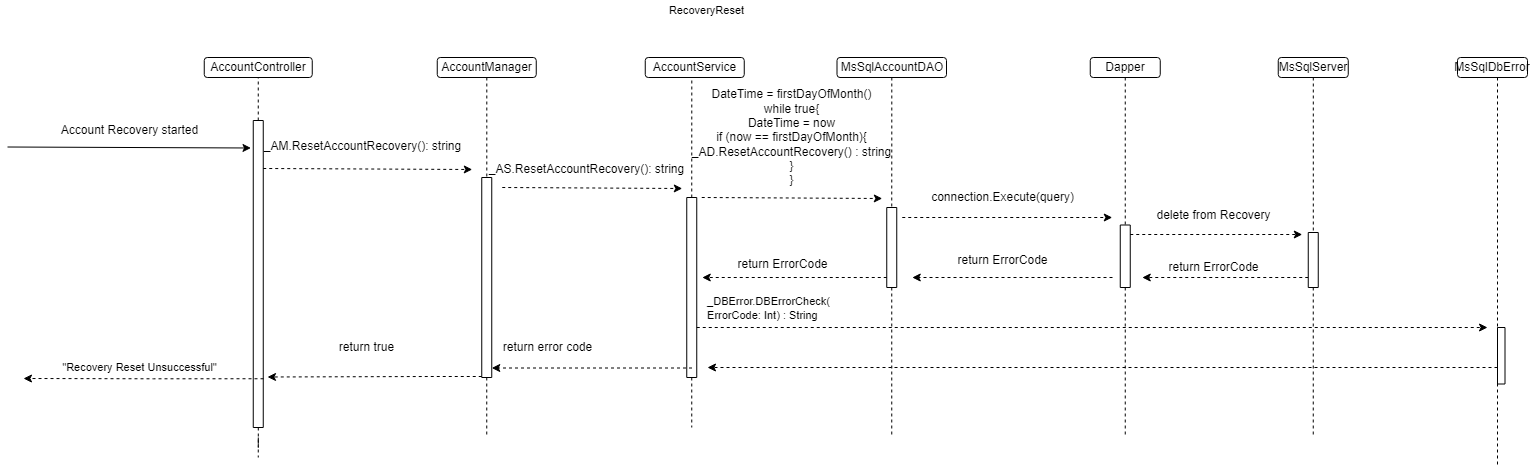
Annihilator3180/CECS-491A-Senior-Project keeps this draw.io diagram as Documents/Core Components/Account Recovery/RecoveryReset-DB Error.drawio.png. Above is the earlier version. Source tidied: cells renumbered, new cells last; positions are measured from the earlier drawing's top-left corner, leaving out a move shared by most shapes. Source of this version:
```xml
<mxGraphModel>
  <root>
    <mxCell id="0" />
    <mxCell id="1" parent="0" />
    <mxCell id="2" value="AccountController" style="rounded=1;whiteSpace=wrap;html=1;" parent="1" vertex="1">
      <mxGeometry x="196.8" y="57" width="108" height="20" as="geometry" />
    </mxCell>
    <mxCell id="3" style="endArrow=none;dashed=1;html=1;rounded=0;entryX=0.5;entryY=1;entryDx=0;entryDy=0;exitX=0;exitY=0.5;exitDx=0;exitDy=0;" parent="1" edge="1" source="15" target="2">
      <mxGeometry relative="1" as="geometry" />
    </mxCell>
    <mxCell id="4" style="edgeStyle=orthogonalEdgeStyle;rounded=0;jettySize=auto;html=1;dashed=1;endArrow=none;endFill=0;" parent="1" edge="1" source="5" target="10">
      <mxGeometry relative="1" as="geometry">
        <Array as="points">
          <mxPoint x="479.8" y="127" />
          <mxPoint x="479.8" y="127" />
        </Array>
      </mxGeometry>
    </mxCell>
    <mxCell id="5" value="AccountManager" style="rounded=1;whiteSpace=wrap;html=1;" parent="1" vertex="1">
      <mxGeometry x="429.8" y="57" width="99" height="20" as="geometry" />
    </mxCell>
    <mxCell id="6" value="&lt;span style=&quot;color: rgba(0 , 0 , 0 , 0) ; font-family: monospace ; font-size: 0px&quot;&gt;%3CmxGraphModel%3E%3Croot%3E%3CmxCell%20id%3D%220%22%2F%3E%3CmxCell%20id%3D%221%22%20parent%3D%220%22%2F%3E%3CmxCell%20id%3D%222%22%20value%3D%22%26lt%3Bdiv%20style%3D%26quot%3Btext-align%3A%20left%26quot%3B%26gt%3B%26lt%3Bdiv%26gt%3B%26amp%3Bnbsp%3B%26lt%3Bspan%20style%3D%26quot%3Bfont-size%3A%2012px%20%3B%20text-align%3A%20center%20%3B%20background-color%3A%20rgb(248%20%2C%20249%20%2C%20250)%26quot%3B%26gt%3BAccountController%26lt%3B%2Fspan%26gt%3B(new%20MsSqlUMDAO%26amp%3Blt%3BUser%26amp%3Bgt%3B%26lt%3Bbr%26gt%3B%26lt%3B%2Fdiv%26gt%3B%26lt%3Bdiv%26gt%3B(connectstring)%2C%20new%26amp%3Bnbsp%3B%26lt%3Bspan%20style%3D%26quot%3Bfont-size%3A%2012px%20%3B%20text-align%3A%20center%20%3B%20background-color%3A%20rgb(248%20%2C%20249%20%2C%20250)%26quot%3B%26gt%3BJWTAuthenticationService%26lt%3B%2Fspan%26gt%3B()%2C%26lt%3B%2Fdiv%26gt%3B%26lt%3Bdiv%26gt%3B%26lt%3Bspan%20style%3D%26quot%3Btext-align%3A%20left%26quot%3B%26gt%3Bnew%20MsSqlLoggingDAO()%26lt%3B%2Fspan%26gt%3B)%3B%20%26lt%3Bbr%26gt%3B%26lt%3B%2Fdiv%26gt%3B%26lt%3B%2Fdiv%26gt%3B%22%20style%3D%22edgeLabel%3Bhtml%3D1%3Balign%3Dcenter%3BverticalAlign%3Dmiddle%3Bresizable%3D0%3Bpoints%3D%5B%5D%3B%22%20vertex%3D%221%22%20connectable%3D%220%22%20parent%3D%221%22%3E%3CmxGeometry%20x%3D%22378%22%20y%3D%22181%22%20as%3D%22geometry%22%2F%3E%3C%2FmxCell%3E%3C%2Froot%3E%3C%2FmxGraphModel%3E&lt;/span&gt;" style="text;html=1;align=center;verticalAlign=middle;strokeColor=none;fillColor=none;" parent="1" vertex="1">
      <mxGeometry x="328.8" y="136" width="22" height="22" as="geometry" />
    </mxCell>
    <mxCell id="7" value="AccountService" style="rounded=1;whiteSpace=wrap;html=1;" parent="1" vertex="1">
      <mxGeometry x="637.8" y="57" width="99" height="20" as="geometry" />
    </mxCell>
    <mxCell id="8" style="endArrow=none;dashed=1;html=1;rounded=0;entryX=0.5;entryY=1;entryDx=0;entryDy=0;exitX=0;exitY=0.5;exitDx=0;exitDy=0;startArrow=none;" parent="1" edge="1" source="24">
      <mxGeometry relative="1" as="geometry">
        <mxPoint x="684.3" y="77" as="targetPoint" />
      </mxGeometry>
    </mxCell>
    <mxCell id="9" style="edgeStyle=orthogonalEdgeStyle;rounded=0;jettySize=auto;html=1;dashed=1;endArrow=none;endFill=0;" parent="1" edge="1" source="10">
      <mxGeometry relative="1" as="geometry">
        <mxPoint x="479.2" y="437" as="targetPoint" />
      </mxGeometry>
    </mxCell>
    <mxCell id="10" style="rounded=0;whiteSpace=wrap;html=1;direction=south;" parent="1" vertex="1">
      <mxGeometry x="474.2" y="177" width="10" height="200" as="geometry" />
    </mxCell>
    <mxCell id="11" value="MsSqlAccountDAO" style="rounded=1;whiteSpace=wrap;html=1;" parent="1" vertex="1">
      <mxGeometry x="829.5" y="57" width="109.5" height="20" as="geometry" />
    </mxCell>
    <mxCell id="12" value="MsSqlServer" style="rounded=1;whiteSpace=wrap;html=1;" parent="1" vertex="1">
      <mxGeometry x="1270.8" y="57" width="70" height="20" as="geometry" />
    </mxCell>
    <mxCell id="13" value="&lt;div style=&quot;text-align: left&quot;&gt;&lt;div&gt;&lt;br&gt;&lt;/div&gt;&lt;/div&gt;" style="edgeLabel;html=1;align=center;verticalAlign=middle;" parent="1" vertex="1">
      <mxGeometry x="393.8" y="169" as="geometry" />
    </mxCell>
    <mxCell id="14" style="edgeStyle=orthogonalEdgeStyle;rounded=0;jettySize=auto;html=1;dashed=1;endArrow=none;endFill=0;" parent="1" edge="1" source="15">
      <mxGeometry relative="1" as="geometry">
        <mxPoint x="250.8" y="457" as="targetPoint" />
      </mxGeometry>
    </mxCell>
    <mxCell id="15" style="rounded=0;whiteSpace=wrap;html=1;direction=south;" parent="1" vertex="1">
      <mxGeometry x="245.8" y="120" width="10" height="307" as="geometry" />
    </mxCell>
    <mxCell id="16" value="Dapper" style="rounded=1;whiteSpace=wrap;html=1;" parent="1" vertex="1">
      <mxGeometry x="1082.8" y="57" width="70" height="20" as="geometry" />
    </mxCell>
    <mxCell id="17" value="RecoveryReset" style="text;html=1;align=center;verticalAlign=middle;strokeColor=none;fillColor=none;fontSize=11;" parent="1" vertex="1">
      <mxGeometry x="653.8" width="90" height="20" as="geometry" />
    </mxCell>
    <mxCell id="18" value="Account Recovery started" style="text;html=1;align=center;verticalAlign=middle;strokeColor=none;fillColor=none;" parent="1" vertex="1">
      <mxGeometry x="46.8" y="120" width="150" height="20" as="geometry" />
    </mxCell>
    <mxCell id="19" style="endArrow=classic;html=1;rounded=0;" parent="1" edge="1">
      <mxGeometry relative="1" as="geometry">
        <mxPoint y="146.5" as="sourcePoint" />
        <mxPoint x="243.5" y="147.5" as="targetPoint" />
      </mxGeometry>
    </mxCell>
    <mxCell id="20" value="_AM.ResetAccountRecovery(): string" style="text;html=1;align=center;verticalAlign=middle;strokeColor=none;fillColor=none;" parent="1" vertex="1">
      <mxGeometry x="249.8" y="136" width="210" height="20" as="geometry" />
    </mxCell>
    <mxCell id="21" style="endArrow=classic;html=1;rounded=0;dashed=1;" parent="1" edge="1">
      <mxGeometry relative="1" as="geometry">
        <mxPoint x="255.8" y="168" as="sourcePoint" />
        <mxPoint x="464.8" y="169" as="targetPoint" />
      </mxGeometry>
    </mxCell>
    <mxCell id="22" style="endArrow=classic;html=1;rounded=0;dashed=1;" parent="1" edge="1">
      <mxGeometry relative="1" as="geometry">
        <mxPoint x="494.8" y="187" as="sourcePoint" />
        <mxPoint x="674.8" y="188" as="targetPoint" />
      </mxGeometry>
    </mxCell>
    <mxCell id="23" style="edgeStyle=orthogonalEdgeStyle;rounded=0;jettySize=auto;html=1;dashed=1;endArrow=none;endFill=0;" parent="1" edge="1" source="24">
      <mxGeometry relative="1" as="geometry">
        <mxPoint x="684.2" y="427" as="targetPoint" />
      </mxGeometry>
    </mxCell>
    <mxCell id="24" style="rounded=0;whiteSpace=wrap;html=1;direction=south;" parent="1" vertex="1">
      <mxGeometry x="679.2" y="197" width="10" height="180" as="geometry" />
    </mxCell>
    <mxCell id="25" value="_AS.ResetAccountRecovery(): string" style="text;html=1;align=center;verticalAlign=middle;strokeColor=none;fillColor=none;" parent="1" vertex="1">
      <mxGeometry x="474.2" y="159" width="210" height="20" as="geometry" />
    </mxCell>
    <mxCell id="26" value="DateTime = firstDayOfMonth()&lt;br&gt;while true{&lt;br&gt;DateTime = now&lt;br&gt;if (now == firstDayOfMonth){&lt;br&gt;_AD.ResetAccountRecovery() : string&lt;br&gt;}&lt;br&gt;}" style="text;html=1;align=center;verticalAlign=middle;strokeColor=none;fillColor=none;" parent="1" vertex="1">
      <mxGeometry x="674.2" y="87" width="220" height="100" as="geometry" />
    </mxCell>
    <mxCell id="27" style="endArrow=classic;html=1;rounded=0;dashed=1;" parent="1" edge="1">
      <mxGeometry relative="1" as="geometry">
        <mxPoint x="694.2" y="197" as="sourcePoint" />
        <mxPoint x="874.8" y="198" as="targetPoint" />
      </mxGeometry>
    </mxCell>
    <mxCell id="28" style="edgeStyle=orthogonalEdgeStyle;rounded=0;jettySize=auto;html=1;dashed=1;endArrow=none;endFill=0;" parent="1" edge="1" source="29">
      <mxGeometry relative="1" as="geometry">
        <mxPoint x="884.2" y="437" as="targetPoint" />
      </mxGeometry>
    </mxCell>
    <mxCell id="29" style="rounded=0;whiteSpace=wrap;html=1;direction=south;" parent="1" vertex="1">
      <mxGeometry x="879.2" y="207" width="10" height="80" as="geometry" />
    </mxCell>
    <mxCell id="30" style="edgeStyle=orthogonalEdgeStyle;rounded=0;jettySize=auto;html=1;fontSize=11;endArrow=none;endFill=0;dashed=1;entryX=0;entryY=0.5;entryDx=0;entryDy=0;" parent="1" edge="1" source="11" target="29">
      <mxGeometry relative="1" as="geometry">
        <Array as="points">
          <mxPoint x="884.8" y="142" />
        </Array>
      </mxGeometry>
    </mxCell>
    <mxCell id="31" value="&lt;font style=&quot;font-size: 12px&quot;&gt;connection.&lt;font style=&quot;font-size: 12px&quot;&gt;Execute&lt;/font&gt;(query)&lt;/font&gt;" style="text;html=1;align=center;verticalAlign=middle;strokeColor=none;fillColor=none;fontSize=11;" parent="1" vertex="1">
      <mxGeometry x="914.8" y="187" width="160" height="20" as="geometry" />
    </mxCell>
    <mxCell id="32" style="endArrow=classic;html=1;rounded=0;dashed=1;" parent="1" edge="1">
      <mxGeometry relative="1" as="geometry">
        <mxPoint x="894.8" y="217" as="sourcePoint" />
        <mxPoint x="1104.8" y="217" as="targetPoint" />
      </mxGeometry>
    </mxCell>
    <mxCell id="33" style="edgeStyle=orthogonalEdgeStyle;rounded=0;jettySize=auto;html=1;dashed=1;endArrow=none;endFill=0;" parent="1" edge="1" source="34">
      <mxGeometry relative="1" as="geometry">
        <mxPoint x="1117.8" y="437" as="targetPoint" />
      </mxGeometry>
    </mxCell>
    <mxCell id="34" style="rounded=0;whiteSpace=wrap;html=1;direction=south;" parent="1" vertex="1">
      <mxGeometry x="1112.8" y="224.5" width="10" height="62.5" as="geometry" />
    </mxCell>
    <mxCell id="35" style="edgeStyle=orthogonalEdgeStyle;rounded=0;jettySize=auto;html=1;dashed=1;fontSize=11;startArrow=none;startFill=0;endArrow=none;endFill=0;" parent="1" edge="1" source="16" target="34">
      <mxGeometry relative="1" as="geometry" />
    </mxCell>
    <mxCell id="36" value="delete from Recovery" style="text;html=1;align=center;verticalAlign=middle;strokeColor=none;fillColor=none;" parent="1" vertex="1">
      <mxGeometry x="1140.8" y="204.5" width="130" height="20" as="geometry" />
    </mxCell>
    <mxCell id="37" style="endArrow=classic;html=1;rounded=0;dashed=1;" parent="1" edge="1">
      <mxGeometry relative="1" as="geometry">
        <mxPoint x="1122.8" y="234" as="sourcePoint" />
        <mxPoint x="1294.8" y="234" as="targetPoint" />
      </mxGeometry>
    </mxCell>
    <mxCell id="38" style="edgeStyle=orthogonalEdgeStyle;rounded=0;jettySize=auto;html=1;dashed=1;endArrow=classic;endFill=1;" parent="1" edge="1" source="40">
      <mxGeometry relative="1" as="geometry">
        <mxPoint x="1134.8" y="277" as="targetPoint" />
        <Array as="points">
          <mxPoint x="1254.8" y="277" />
          <mxPoint x="1254.8" y="277" />
        </Array>
      </mxGeometry>
    </mxCell>
    <mxCell id="39" style="edgeStyle=orthogonalEdgeStyle;rounded=0;jettySize=auto;html=1;dashed=1;endArrow=none;endFill=0;" parent="1" edge="1" source="40">
      <mxGeometry relative="1" as="geometry">
        <mxPoint x="1305.8" y="437" as="targetPoint" />
      </mxGeometry>
    </mxCell>
    <mxCell id="40" style="rounded=0;whiteSpace=wrap;html=1;direction=south;" parent="1" vertex="1">
      <mxGeometry x="1300.8" y="232" width="10" height="55" as="geometry" />
    </mxCell>
    <mxCell id="41" style="edgeStyle=orthogonalEdgeStyle;rounded=0;jettySize=auto;html=1;fontSize=12;endArrow=none;endFill=0;dashed=1;entryX=0;entryY=0.75;entryDx=0;entryDy=0;" parent="1" edge="1" source="12" target="40">
      <mxGeometry relative="1" as="geometry">
        <Array as="points">
          <mxPoint x="1305.8" y="232" />
        </Array>
      </mxGeometry>
    </mxCell>
    <mxCell id="42" value="return ErrorCode" style="text;html=1;align=center;verticalAlign=middle;strokeColor=none;fillColor=none;" parent="1" vertex="1">
      <mxGeometry x="1150.8" y="257" width="110" height="20" as="geometry" />
    </mxCell>
    <mxCell id="43" style="edgeStyle=orthogonalEdgeStyle;rounded=0;orthogonalLoop=1;jettySize=auto;html=1;dashed=1;endArrow=classic;endFill=1;" parent="1" edge="1">
      <mxGeometry relative="1" as="geometry">
        <mxPoint x="1105" y="277" as="sourcePoint" />
        <mxPoint x="904.8" y="277" as="targetPoint" />
        <Array as="points">
          <mxPoint x="1059" y="277" />
          <mxPoint x="1059" y="277" />
        </Array>
      </mxGeometry>
    </mxCell>
    <mxCell id="44" style="edgeStyle=orthogonalEdgeStyle;rounded=0;orthogonalLoop=1;jettySize=auto;html=1;dashed=1;endArrow=classic;endFill=1;" parent="1" edge="1">
      <mxGeometry relative="1" as="geometry">
        <mxPoint x="879.2" y="277" as="sourcePoint" />
        <mxPoint x="694.8" y="277" as="targetPoint" />
        <Array as="points">
          <mxPoint x="833.2" y="277" />
          <mxPoint x="833.2" y="277" />
        </Array>
      </mxGeometry>
    </mxCell>
    <mxCell id="45" value="&lt;font style=&quot;font-size: 11px&quot;&gt;&quot;Recovery Reset Unsuccessful&quot;&lt;/font&gt;" style="text;html=1;align=center;verticalAlign=middle;strokeColor=none;fillColor=none;fontSize=10;" parent="1" vertex="1">
      <mxGeometry x="46.8" y="357" width="170" height="20" as="geometry" />
    </mxCell>
    <mxCell id="46" value="return true" style="text;html=1;align=center;verticalAlign=middle;strokeColor=none;fillColor=none;" parent="1" vertex="1">
      <mxGeometry x="323.8" y="337" width="70" height="20" as="geometry" />
    </mxCell>
    <mxCell id="47" style="edgeStyle=orthogonalEdgeStyle;rounded=0;jettySize=auto;html=1;endArrow=classic;endFill=1;dashed=1;" parent="1" edge="1" source="48">
      <mxGeometry relative="1" as="geometry">
        <mxPoint x="700" y="367" as="targetPoint" />
        <Array as="points">
          <mxPoint x="1290" y="367" />
          <mxPoint x="1290" y="367" />
        </Array>
      </mxGeometry>
    </mxCell>
    <mxCell id="48" style="rounded=0;whiteSpace=wrap;html=1;direction=south;" parent="1" vertex="1">
      <mxGeometry x="1490" y="327" width="7.5" height="56.5" as="geometry" />
    </mxCell>
    <mxCell id="49" style="edgeStyle=orthogonalEdgeStyle;rounded=0;orthogonalLoop=1;jettySize=auto;html=1;dashed=1;endArrow=classic;endFill=1;" parent="1" edge="1">
      <mxGeometry relative="1" as="geometry">
        <mxPoint x="256" y="378.2" as="sourcePoint" />
        <mxPoint x="16" y="378" as="targetPoint" />
        <Array as="points">
          <mxPoint x="146" y="378.2" />
          <mxPoint x="146" y="378.2" />
        </Array>
      </mxGeometry>
    </mxCell>
    <mxCell id="50" style="edgeStyle=orthogonalEdgeStyle;rounded=0;jettySize=auto;html=1;dashed=1;endArrow=none;endFill=0;" parent="1" edge="1" source="51">
      <mxGeometry relative="1" as="geometry">
        <mxPoint x="1490" y="467" as="targetPoint" />
        <Array as="points">
          <mxPoint x="1490" y="277" />
          <mxPoint x="1490" y="277" />
        </Array>
      </mxGeometry>
    </mxCell>
    <mxCell id="51" value="MsSqlDbError" style="rounded=1;whiteSpace=wrap;html=1;" parent="1" vertex="1">
      <mxGeometry x="1450" y="57" width="70" height="20" as="geometry" />
    </mxCell>
    <mxCell id="52" style="endArrow=classic;html=1;rounded=0;dashed=1;" parent="1" edge="1">
      <mxGeometry relative="1" as="geometry">
        <mxPoint x="689.2" y="327" as="sourcePoint" />
        <mxPoint x="1480" y="327" as="targetPoint" />
      </mxGeometry>
    </mxCell>
    <mxCell id="53" value="&lt;div style=&quot;text-align: left&quot;&gt;&lt;div&gt;_DBError.DBErrorCheck(&lt;/div&gt;ErrorCode: Int) : String&lt;br&gt;&lt;/div&gt;" style="edgeLabel;html=1;align=center;verticalAlign=middle;" parent="1" vertex="1">
      <mxGeometry x="760" y="307" as="geometry" />
    </mxCell>
    <mxCell id="54" value="return ErrorCode" style="text;html=1;align=center;verticalAlign=middle;strokeColor=none;fillColor=none;" parent="1" vertex="1">
      <mxGeometry x="939.8" y="249.5" width="110" height="20" as="geometry" />
    </mxCell>
    <mxCell id="55" value="return ErrorCode" style="text;html=1;align=center;verticalAlign=middle;strokeColor=none;fillColor=none;" parent="1" vertex="1">
      <mxGeometry x="719.5" y="253.5" width="110" height="20" as="geometry" />
    </mxCell>
    <mxCell id="56" style="edgeStyle=orthogonalEdgeStyle;rounded=0;orthogonalLoop=1;jettySize=auto;html=1;dashed=1;endArrow=classic;endFill=1;" parent="1" edge="1">
      <mxGeometry relative="1" as="geometry">
        <mxPoint x="684.5" y="367.5" as="sourcePoint" />
        <mxPoint x="484.2" y="367.5" as="targetPoint" />
        <Array as="points">
          <mxPoint x="638.5" y="367.5" />
          <mxPoint x="638.5" y="367.5" />
        </Array>
      </mxGeometry>
    </mxCell>
    <mxCell id="57" value="return error code" style="text;html=1;align=center;verticalAlign=middle;strokeColor=none;fillColor=none;" parent="1" vertex="1">
      <mxGeometry x="485" y="337" width="110" height="20" as="geometry" />
    </mxCell>
    <mxCell id="58" style="edgeStyle=orthogonalEdgeStyle;rounded=0;orthogonalLoop=1;jettySize=auto;html=1;dashed=1;endArrow=classic;endFill=1;" parent="1" edge="1">
      <mxGeometry relative="1" as="geometry">
        <mxPoint x="474.2" y="376" as="sourcePoint" />
        <mxPoint x="260" y="376.5" as="targetPoint" />
        <Array as="points">
          <mxPoint x="428.2" y="376" />
          <mxPoint x="428.2" y="376" />
        </Array>
      </mxGeometry>
    </mxCell>
  </root>
</mxGraphModel>
```
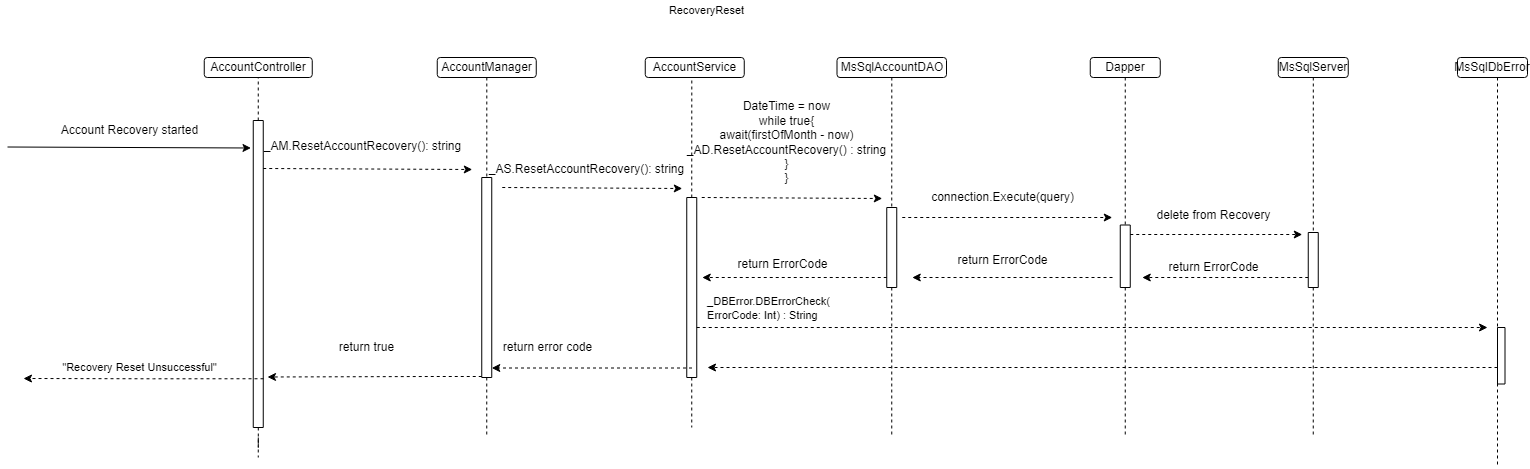
Above is the later version.

The edit, as a diff of the source:
```diff
@@ -96,9 +96,6 @@
     <mxCell id="25" value="_AS.ResetAccountRecovery(): string" style="text;html=1;align=center;verticalAlign=middle;strokeColor=none;fillColor=none;" parent="1" vertex="1">
       <mxGeometry x="474.2" y="159" width="210" height="20" as="geometry" />
     </mxCell>
-    <mxCell id="26" value="DateTime = firstDayOfMonth()&lt;br&gt;while true{&lt;br&gt;DateTime = now&lt;br&gt;if (now == firstDayOfMonth){&lt;br&gt;_AD.ResetAccountRecovery() : string&lt;br&gt;}&lt;br&gt;}" style="text;html=1;align=center;verticalAlign=middle;strokeColor=none;fillColor=none;" parent="1" vertex="1">
-      <mxGeometry x="674.2" y="87" width="220" height="100" as="geometry" />
-    </mxCell>
     <mxCell id="27" style="endArrow=classic;html=1;rounded=0;dashed=1;" parent="1" edge="1">
       <mxGeometry relative="1" as="geometry">
         <mxPoint x="694.2" y="197" as="sourcePoint" />
@@ -274,5 +271,8 @@
         </Array>
       </mxGeometry>
     </mxCell>
+    <mxCell id="59" value="DateTime = now&lt;br&gt;while true{&lt;br&gt;await(firstOfMonth - now)&lt;br&gt;_AD.ResetAccountRecovery() : string&lt;br&gt;}&lt;br&gt;}" style="text;html=1;align=center;verticalAlign=middle;strokeColor=none;fillColor=none;" parent="1" vertex="1">
+      <mxGeometry x="669.2" y="97" width="220" height="90" as="geometry" />
+    </mxCell>
   </root>
 </mxGraphModel>
```
